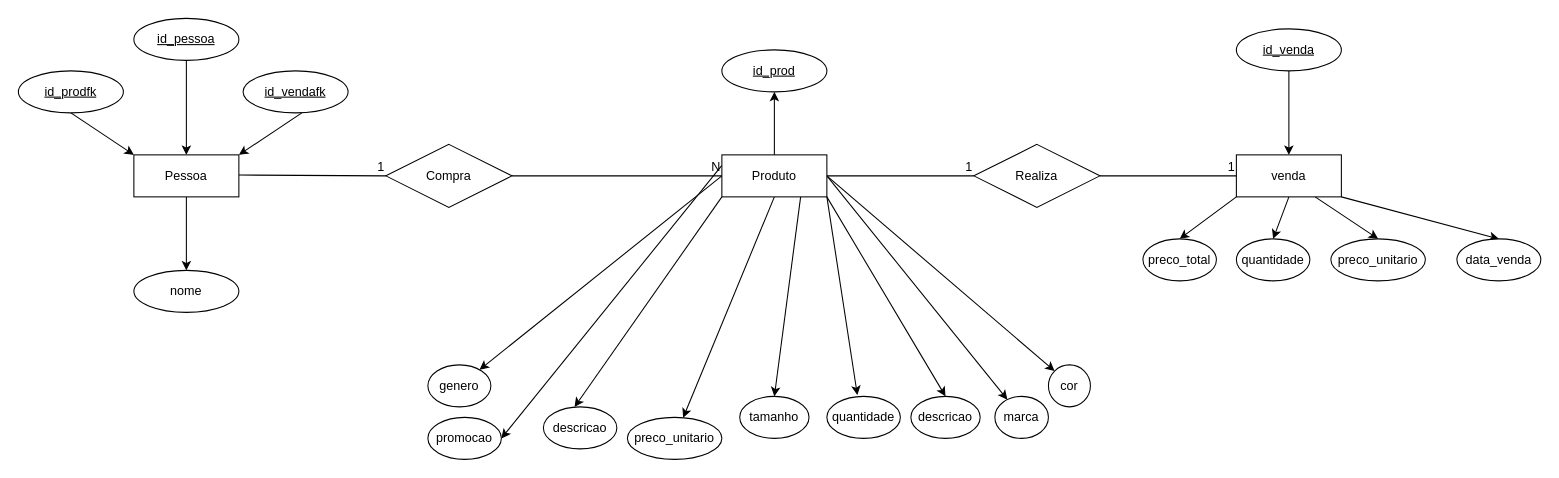
Earlier version of the draw.io diagram Programa/banco_dados/Modelagem/fashiodb.drawio (arthurresendes/fashion_stock). Source tidied: cells renumbered, new cells numbered last; positions are measured from the earlier drawing's top-left corner, leaving out a move shared by most shapes. Both pictures are drawn from the tidied source at 105%, with x=0, y=0 at pixel (18, 18).
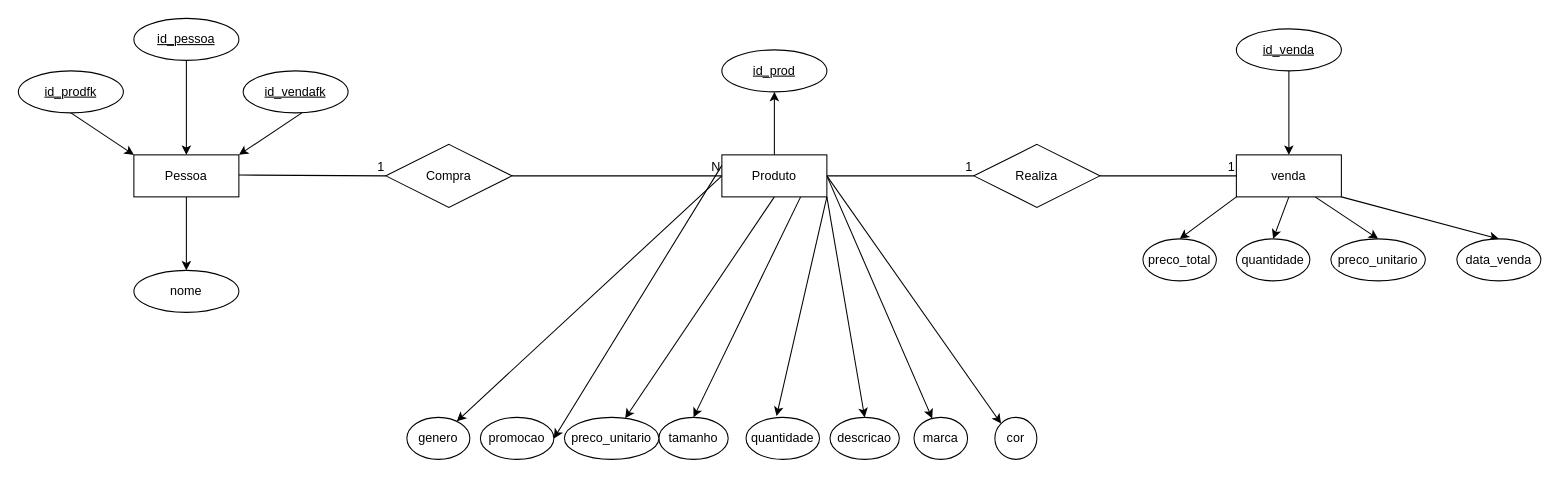
Above is the later version.

The change refers to these unchanged cells:
```xml
<mxCell id="10" value="Produto" style="whiteSpace=wrap;html=1;align=center;" parent="1" vertex="1">
  <mxGeometry x="670" y="130" width="100" height="40" as="geometry" />
</mxCell>
```

Change to the diagram source:
```diff
@@
     <mxCell id="26" value="genero" style="ellipse;whiteSpace=wrap;html=1;align=center;" parent="1" vertex="1">
-      <mxGeometry x="390" y="330" width="60" height="40" as="geometry" />
+      <mxGeometry x="370" y="380" width="60" height="40" as="geometry" />
     </mxCell>
@@
-    <mxCell id="33" value="descricao" style="ellipse;whiteSpace=wrap;html=1;align=center;" parent="1" vertex="1">
-      <mxGeometry x="500" y="370" width="70" height="40" as="geometry" />
-    </mxCell>
     <mxCell id="34" value="marca" style="ellipse;whiteSpace=wrap;html=1;align=center;" parent="1" vertex="1">
-      <mxGeometry x="930" y="360" width="51" height="40" as="geometry" />
+      <mxGeometry x="853" y="380" width="51" height="40" as="geometry" />
     </mxCell>
     <mxCell id="35" value="cor" style="ellipse;whiteSpace=wrap;html=1;align=center;" parent="1" vertex="1">
-      <mxGeometry x="981" y="330" width="40" height="40" as="geometry" />
+      <mxGeometry x="930" y="380" width="40" height="40" as="geometry" />
     </mxCell>
     <mxCell id="36" value="tamanho" style="ellipse;whiteSpace=wrap;html=1;align=center;" parent="1" vertex="1">
-      <mxGeometry x="687" y="360" width="66" height="40" as="geometry" />
+      <mxGeometry x="610" y="380" width="66" height="40" as="geometry" />
     </mxCell>
     <mxCell id="37" value="preco_unitario" style="ellipse;whiteSpace=wrap;html=1;align=center;" parent="1" vertex="1">
-      <mxGeometry x="580" y="380" width="90" height="40" as="geometry" />
+      <mxGeometry x="520" y="380" width="90" height="40" as="geometry" />
     </mxCell>
     <mxCell id="38" value="descricao" style="ellipse;whiteSpace=wrap;html=1;align=center;" parent="1" vertex="1">
-      <mxGeometry x="850" y="360" width="66" height="40" as="geometry" />
+      <mxGeometry x="773" y="380" width="66" height="40" as="geometry" />
     </mxCell>
     <mxCell id="39" value="quantidade" style="ellipse;whiteSpace=wrap;html=1;align=center;" parent="1" vertex="1">
-      <mxGeometry x="770" y="360" width="70" height="40" as="geometry" />
+      <mxGeometry x="693" y="380" width="70" height="40" as="geometry" />
     </mxCell>
     <mxCell id="40" value="promocao" style="ellipse;whiteSpace=wrap;html=1;align=center;" parent="1" vertex="1">
-      <mxGeometry x="390" y="380" width="70" height="40" as="geometry" />
+      <mxGeometry x="440" y="380" width="70" height="40" as="geometry" />
     </mxCell>
@@
-    <mxCell id="42" style="edgeStyle=none;html=1;exitX=0;exitY=1;exitDx=0;exitDy=0;entryX=0.424;entryY=0.002;entryDx=0;entryDy=0;entryPerimeter=0;" parent="1" edge="1" source="10" target="33">
-      <mxGeometry relative="1" as="geometry" />
-    </mxCell>
```
